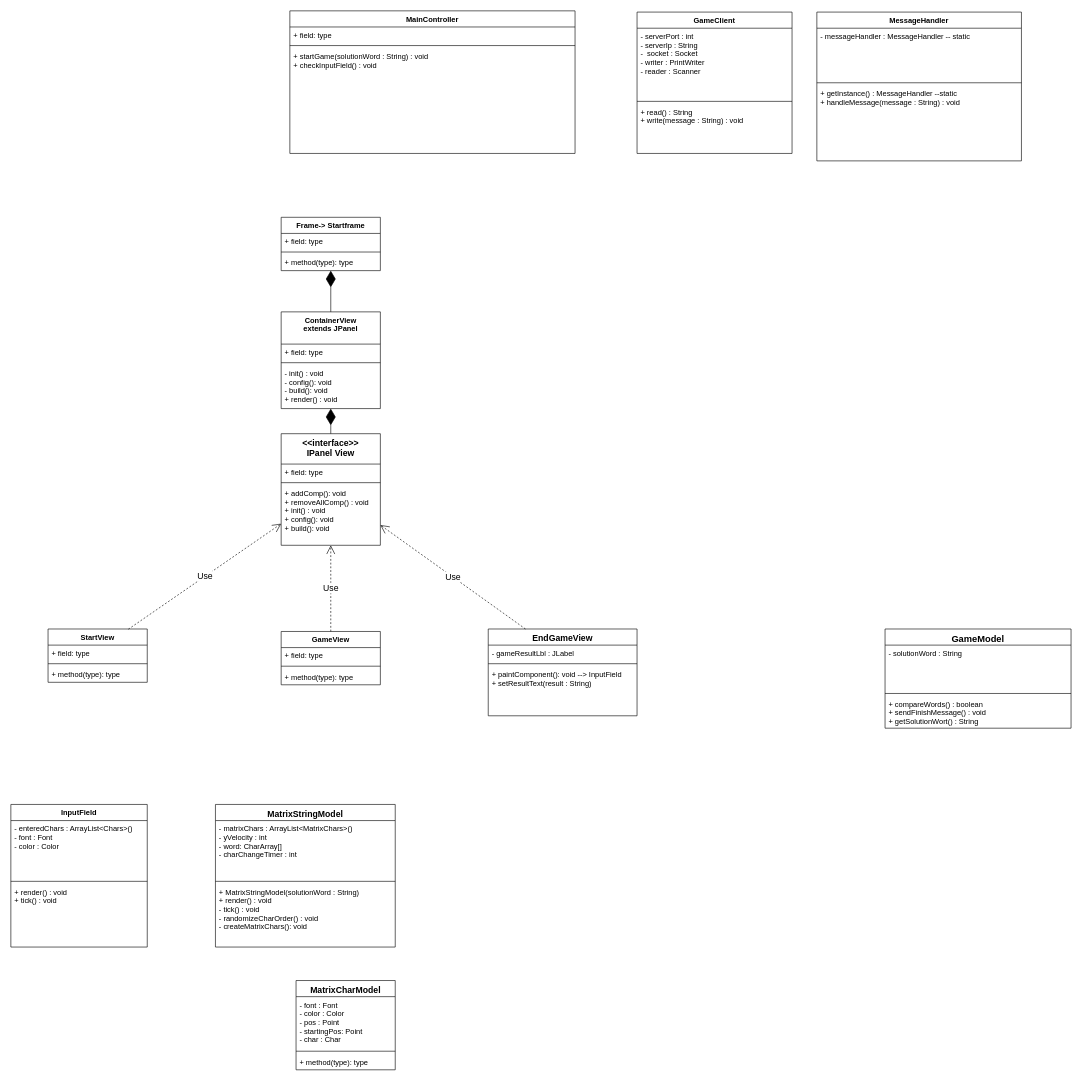
whit-e/matrixGame keeps this draw.io diagram as src/resources/images/minimalisticMatrixGame.drawio. Above is the earlier version. Source tidied: cells renumbered, new cells numbered last; positions are measured from the earlier drawing's top-left corner, leaving out a move shared by most shapes. Both pictures are drawn from the tidied source at 62%, with x=0, y=0 at pixel (11, 11).
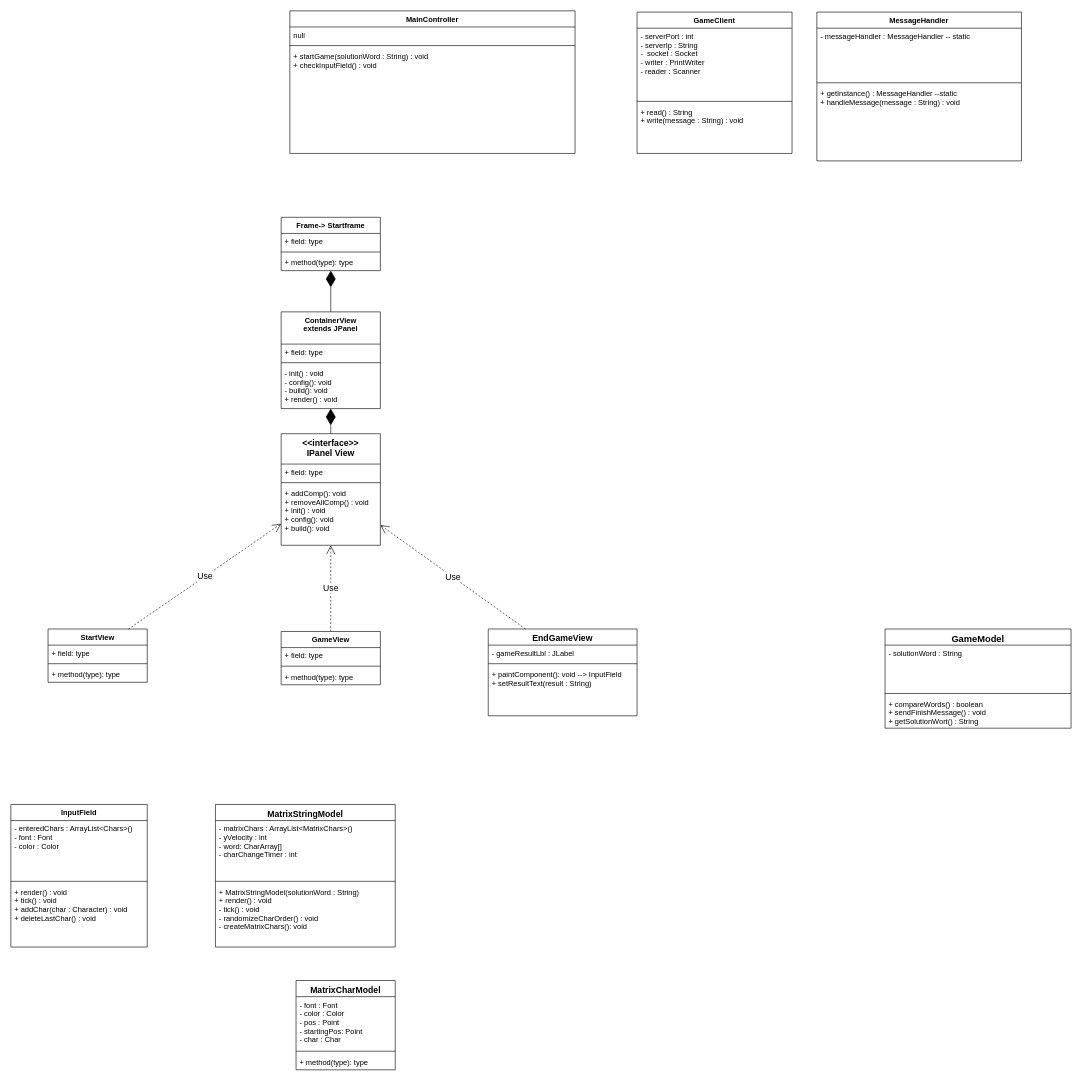
After the change.

The change refers to these unchanged cells:
```xml
<mxCell id="43" value="MainController" style="swimlane;fontStyle=1;align=center;verticalAlign=top;horizontal=1;startSize=26;" parent="1" vertex="1">
  <mxGeometry x="450" width="460" height="230" as="geometry" />
</mxCell>
<mxCell id="55" value="InputField" style="swimlane;fontStyle=1;align=center;verticalAlign=top;horizontal=1;startSize=26;" parent="1" vertex="1">
  <mxGeometry y="1280" width="220" height="230" as="geometry" />
</mxCell>
```

Change to the diagram source:
```diff
@@
-    <mxCell id="44" value="+ field: type" style="text;strokeColor=none;fillColor=none;align=left;verticalAlign=top;spacingLeft=4;spacingRight=4;overflow=hidden;" parent="43" vertex="1">
+    <mxCell id="44" value="null" style="text;strokeColor=none;fillColor=none;align=left;verticalAlign=top;spacingLeft=4;spacingRight=4;overflow=hidden;" parent="43" vertex="1">
       <mxGeometry y="26" width="460" height="26" as="geometry" />
     </mxCell>
@@
-    <mxCell id="58" value="+ render() : void&#10;+ tick() : void&#10;" style="text;strokeColor=none;fillColor=none;align=left;verticalAlign=top;spacingLeft=4;spacingRight=4;overflow=hidden;" parent="55" vertex="1">
+    <mxCell id="58" value="+ render() : void&#10;+ tick() : void&#10;+ addChar(char : Character) : void&#10;+ deleteLastChar() : void&#10;" style="text;strokeColor=none;fillColor=none;align=left;verticalAlign=top;spacingLeft=4;spacingRight=4;overflow=hidden;" parent="55" vertex="1">
       <mxGeometry y="128" width="220" height="102" as="geometry" />
     </mxCell>
```
